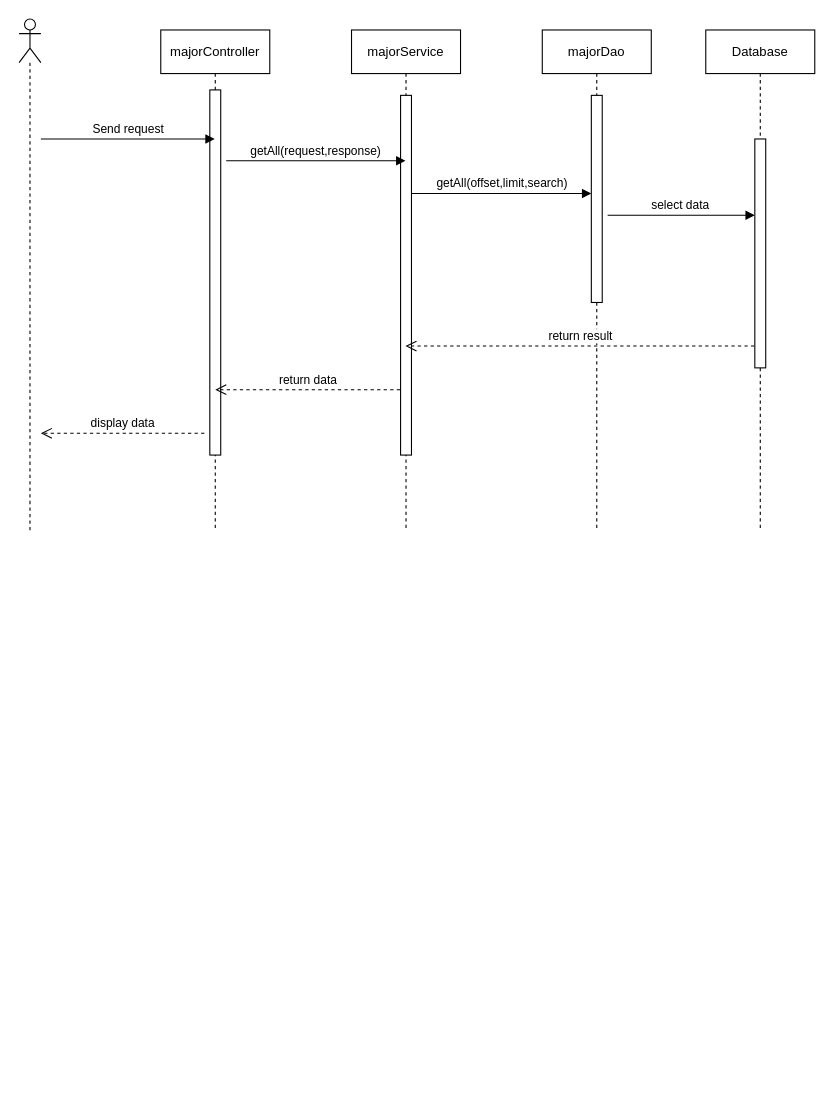
sachvo/CuteXT keeps this draw.io diagram as page "Page-18" (18 of 27) of Untitled Diagram.drawio. Above is the earlier version. Source tidied: cells renumbered, new cells numbered last; positions are measured from the earlier drawing's top-left corner, leaving out a move shared by most shapes. Both pictures are drawn from the tidied source at 109%, with x=0, y=0 at pixel (19, 19).
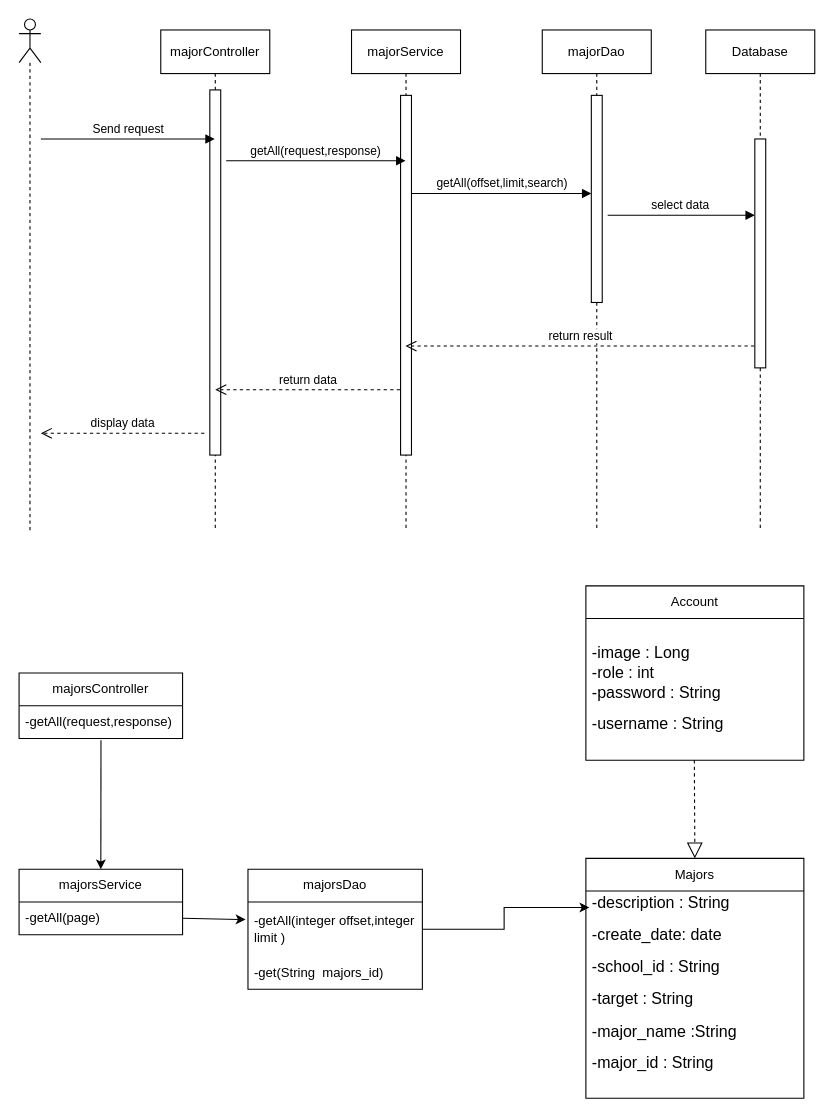
After the change.

What changed in the source:
```diff
@@
+    <mxCell id="18" value="majorsController" style="swimlane;fontStyle=0;horizontal=1;startSize=30;whiteSpace=wrap;html=1;" parent="1" vertex="1">
+      <mxGeometry y="600" width="150" height="60" as="geometry" />
+    </mxCell>
+    <mxCell id="19" value="-getAll(request,response)" style="text;strokeColor=none;fillColor=none;align=left;verticalAlign=middle;spacingLeft=4;spacingRight=4;overflow=hidden;points=[[0,0.5],[1,0.5]];portConstraint=eastwest;whiteSpace=wrap;html=1;" parent="18" vertex="1">
+      <mxGeometry y="30" width="150" height="30" as="geometry" />
+    </mxCell>
+    <mxCell id="20" value="majorsDao" style="swimlane;fontStyle=0;horizontal=1;startSize=30;whiteSpace=wrap;html=1;" parent="1" vertex="1">
+      <mxGeometry x="210" y="780" width="160" height="110" as="geometry" />
+    </mxCell>
+    <mxCell id="21" value="-getAll(integer offset,integer limit )" style="text;strokeColor=none;fillColor=none;align=left;verticalAlign=middle;spacingLeft=4;spacingRight=4;overflow=hidden;points=[[0,0.5],[1,0.5]];portConstraint=eastwest;whiteSpace=wrap;html=1;" parent="20" vertex="1">
+      <mxGeometry y="30" width="160" height="50" as="geometry" />
+    </mxCell>
+    <mxCell id="22" value="-get(String&amp;nbsp; majors_id)" style="text;strokeColor=none;fillColor=none;align=left;verticalAlign=middle;spacingLeft=4;spacingRight=4;overflow=hidden;whiteSpace=wrap;html=1;" parent="20" vertex="1">
+      <mxGeometry y="80" width="160" height="30" as="geometry" />
+    </mxCell>
+    <mxCell id="23" value="majorsService" style="swimlane;fontStyle=0;horizontal=1;startSize=30;whiteSpace=wrap;html=1;" parent="1" vertex="1">
+      <mxGeometry y="780" width="150" height="60" as="geometry" />
+    </mxCell>
+    <mxCell id="24" value="-getAll(page)" style="text;strokeColor=none;fillColor=none;align=left;verticalAlign=middle;spacingLeft=4;spacingRight=4;overflow=hidden;points=[[0,0.5],[1,0.5]];portConstraint=eastwest;whiteSpace=wrap;html=1;" parent="23" vertex="1">
+      <mxGeometry y="30" width="150" height="30" as="geometry" />
+    </mxCell>
+    <mxCell id="25" value="Majors" style="swimlane;fontStyle=0;horizontal=1;startSize=30;whiteSpace=wrap;html=1;" parent="1" vertex="1">
+      <mxGeometry x="520" y="770" width="200" height="220" as="geometry" />
+    </mxCell>
+    <mxCell id="26" value="&lt;p style=&quot;line-height:1.38;margin-top:0pt;margin-bottom:0pt;&quot; dir=&quot;ltr&quot;&gt;&lt;/p&gt;&lt;p style=&quot;line-height:1.38;margin-top:0pt;margin-bottom:0pt;&quot; dir=&quot;ltr&quot;&gt;&lt;/p&gt;&lt;p style=&quot;line-height:1.38;margin-top:0pt;margin-bottom:0pt;&quot; dir=&quot;ltr&quot;&gt;&lt;/p&gt;&lt;p style=&quot;line-height:1.38;margin-top:0pt;margin-bottom:0pt;&quot; dir=&quot;ltr&quot;&gt;&lt;/p&gt;&lt;p style=&quot;line-height:1.38;margin-top:0pt;margin-bottom:0pt;&quot; dir=&quot;ltr&quot;&gt;&lt;/p&gt;&lt;p style=&quot;line-height:1.38;margin-top:0pt;margin-bottom:0pt;&quot; dir=&quot;ltr&quot;&gt;&lt;/p&gt;&lt;p style=&quot;line-height:1.38;margin-top:0pt;margin-bottom:0pt;&quot; dir=&quot;ltr&quot;&gt;&lt;/p&gt;&lt;p style=&quot;line-height:1.38;margin-top:0pt;margin-bottom:0pt;&quot; dir=&quot;ltr&quot;&gt;&lt;/p&gt;&lt;p style=&quot;line-height:1.38;margin-top:0pt;margin-bottom:0pt;&quot; dir=&quot;ltr&quot;&gt;&lt;/p&gt;&lt;p style=&quot;line-height:1.38;margin-top:0pt;margin-bottom:0pt;&quot; dir=&quot;ltr&quot;&gt;&lt;/p&gt;&lt;div&gt;&lt;/div&gt;&lt;p style=&quot;line-height:1.38;margin-top:0pt;margin-bottom:0pt;&quot; dir=&quot;ltr&quot;&gt;&lt;/p&gt;&lt;p style=&quot;line-height:1.38;margin-top:0pt;margin-bottom:0pt;&quot; dir=&quot;ltr&quot;&gt;&lt;/p&gt;&lt;p style=&quot;line-height:1.38;margin-top:0pt;margin-bottom:0pt;&quot; dir=&quot;ltr&quot;&gt;&lt;/p&gt;&lt;p style=&quot;line-height:1.38;margin-top:0pt;margin-bottom:0pt;&quot; dir=&quot;ltr&quot;&gt;&lt;/p&gt;&lt;p style=&quot;line-height:1.38;margin-top:0pt;margin-bottom:0pt;&quot; dir=&quot;ltr&quot;&gt;&lt;/p&gt;&lt;p style=&quot;line-height:1.38;margin-top:0pt;margin-bottom:0pt;&quot; dir=&quot;ltr&quot;&gt;&lt;/p&gt;&lt;div&gt;&lt;/div&gt;&lt;p style=&quot;line-height:1.38;margin-top:0pt;margin-bottom:0pt;&quot; dir=&quot;ltr&quot;&gt;&lt;/p&gt;&lt;p style=&quot;line-height:1.38;margin-top:0pt;margin-bottom:0pt;&quot; dir=&quot;ltr&quot;&gt;&lt;/p&gt;&lt;p style=&quot;line-height:1.38;margin-top:0pt;margin-bottom:0pt;&quot; dir=&quot;ltr&quot;&gt;&lt;/p&gt;&lt;p style=&quot;line-height:1.38;margin-top:0pt;margin-bottom:0pt;&quot; dir=&quot;ltr&quot;&gt;&lt;/p&gt;&lt;div&gt;&lt;/div&gt;&lt;p style=&quot;line-height:1.38;margin-top:0pt;margin-bottom:0pt;&quot; dir=&quot;ltr&quot;&gt;&lt;/p&gt;&lt;p style=&quot;line-height:1.38;margin-top:0pt;margin-bottom:0pt;&quot; dir=&quot;ltr&quot;&gt;&lt;/p&gt;&lt;p style=&quot;line-height:1.38;margin-top:0pt;margin-bottom:0pt;&quot; dir=&quot;ltr&quot;&gt;&lt;/p&gt;&lt;p style=&quot;line-height:1.38;margin-top:0pt;margin-bottom:0pt;&quot; dir=&quot;ltr&quot;&gt;&lt;/p&gt;&lt;p style=&quot;line-height:1.38;margin-top:0pt;margin-bottom:0pt;&quot; dir=&quot;ltr&quot;&gt;&lt;/p&gt;&lt;p style=&quot;line-height:1.38;margin-top:0pt;margin-bottom:0pt;&quot; dir=&quot;ltr&quot;&gt;&lt;/p&gt;&lt;p style=&quot;line-height:1.38;margin-top:0pt;margin-bottom:0pt;&quot; dir=&quot;ltr&quot;&gt;&lt;/p&gt;&lt;div&gt;&lt;/div&gt;&lt;span style=&quot;font-size: 11pt; font-family: Arial, sans-serif; background-color: transparent; font-variant-numeric: normal; font-variant-east-asian: normal; font-variant-alternates: normal; font-variant-position: normal; vertical-align: baseline;&quot;&gt;-description : String&lt;/span&gt;&lt;p&gt;&lt;/p&gt;&lt;span style=&quot;font-size: 11pt; font-family: Arial, sans-serif; background-color: transparent; font-variant-numeric: normal; font-variant-east-asian: normal; font-variant-alternates: normal; font-variant-position: normal; vertical-align: baseline;&quot;&gt;-create_date: date&lt;/span&gt;&lt;p&gt;&lt;/p&gt;&lt;span style=&quot;font-size: 11pt; font-family: Arial, sans-serif; background-color: transparent; font-variant-numeric: normal; font-variant-east-asian: normal; font-variant-alternates: normal; font-variant-position: normal; vertical-align: baseline;&quot;&gt;-school_id : String&lt;/span&gt;&lt;p&gt;&lt;/p&gt;&lt;span style=&quot;font-size: 11pt; font-family: Arial, sans-serif; background-color: transparent; font-variant-numeric: normal; font-variant-east-asian: normal; font-variant-alternates: normal; font-variant-position: normal; vertical-align: baseline;&quot;&gt;-target : String&lt;/span&gt;&lt;p&gt;&lt;/p&gt;&lt;span style=&quot;font-size: 11pt; font-family: Arial, sans-serif; background-color: transparent; font-variant-numeric: normal; font-variant-east-asian: normal; font-variant-alternates: normal; font-variant-position: normal; vertical-align: baseline;&quot;&gt;-major_name :String&lt;/span&gt;&lt;p&gt;&lt;/p&gt;&lt;span style=&quot;font-size: 11pt; font-family: Arial, sans-serif; background-color: transparent; font-variant-numeric: normal; font-variant-east-asian: normal; font-variant-alternates: normal; font-variant-position: normal; vertical-align: baseline;&quot;&gt;-major_id : String&lt;/span&gt;&lt;p&gt;&lt;/p&gt;&lt;span style=&quot;font-size: 11pt; font-family: Arial, sans-serif; background-color: transparent; font-variant-numeric: normal; font-variant-east-asian: normal; font-variant-alternates: normal; font-variant-position: normal; vertical-align: baseline;&quot;&gt;&amp;nbsp;&lt;/span&gt;&lt;p&gt;&lt;/p&gt;&lt;span id=&quot;docs-internal-guid-a5c4c8f3-7fff-565d-390b-ae1f4eb0c004&quot;&gt;&lt;/span&gt;&lt;span id=&quot;docs-internal-guid-ec875b94-7fff-324d-a60e-613ddc787041&quot;&gt;&lt;/span&gt;" style="text;strokeColor=none;fillColor=none;align=left;verticalAlign=middle;spacingLeft=4;spacingRight=4;overflow=hidden;points=[[0,0.5],[1,0.5]];portConstraint=eastwest;whiteSpace=wrap;html=1;" parent="25" vertex="1">
+      <mxGeometry y="30" width="200" height="190" as="geometry" />
+    </mxCell>
+    <mxCell id="27" style="endArrow=classic;html=1;rounded=0;exitX=0.501;exitY=1.052;exitDx=0;exitDy=0;exitPerimeter=0;entryX=0.5;entryY=0;entryDx=0;entryDy=0;" parent="1" edge="1" source="19" target="23">
+      <mxGeometry relative="1" as="geometry" />
+    </mxCell>
+    <mxCell id="28" style="endArrow=classic;html=1;rounded=0;exitX=1;exitY=0.5;exitDx=0;exitDy=0;entryX=-0.014;entryY=0.323;entryDx=0;entryDy=0;entryPerimeter=0;" parent="1" edge="1" source="24" target="21">
+      <mxGeometry relative="1" as="geometry" />
+    </mxCell>
+    <mxCell id="29" style="edgeStyle=orthogonalEdgeStyle;rounded=0;jettySize=auto;html=1;exitX=1;exitY=0.5;exitDx=0;exitDy=0;entryX=0.016;entryY=0.079;entryDx=0;entryDy=0;entryPerimeter=0;" parent="1" edge="1" source="21" target="26">
+      <mxGeometry relative="1" as="geometry" />
+    </mxCell>
+    <mxCell id="30" value="Account" style="swimlane;fontStyle=0;horizontal=1;startSize=30;whiteSpace=wrap;html=1;" parent="1" vertex="1">
+      <mxGeometry x="520" y="520" width="200" height="160" as="geometry" />
+    </mxCell>
+    <mxCell id="31" value="&lt;p style=&quot;line-height:1.38;margin-top:0pt;margin-bottom:0pt;&quot; dir=&quot;ltr&quot;&gt;&lt;/p&gt;&lt;p style=&quot;line-height:1.38;margin-top:0pt;margin-bottom:0pt;&quot; dir=&quot;ltr&quot;&gt;&lt;/p&gt;&lt;p style=&quot;line-height:1.38;margin-top:0pt;margin-bottom:0pt;&quot; dir=&quot;ltr&quot;&gt;&lt;/p&gt;&lt;div&gt;&lt;/div&gt;&lt;span style=&quot;font-size: 11pt; font-family: Arial, sans-serif; background-color: transparent; font-variant-numeric: normal; font-variant-east-asian: normal; font-variant-alternates: normal; font-variant-position: normal; vertical-align: baseline;&quot;&gt;-image : Long&lt;br&gt;-role : int&lt;br&gt;&lt;/span&gt;&lt;span style=&quot;font-size: 11pt; font-family: Arial, sans-serif; background-color: transparent; font-variant-numeric: normal; font-variant-east-asian: normal; font-variant-alternates: normal; font-variant-position: normal; vertical-align: baseline;&quot;&gt;-password : String&lt;/span&gt;&lt;p&gt;&lt;/p&gt;&lt;span style=&quot;font-size: 11pt; font-family: Arial, sans-serif; background-color: transparent; font-variant-numeric: normal; font-variant-east-asian: normal; font-variant-alternates: normal; font-variant-position: normal; vertical-align: baseline;&quot;&gt;-username : String&lt;/span&gt;&lt;span id=&quot;docs-internal-guid-546da517-7fff-cef4-55ad-a307194a0e7b&quot;&gt;&lt;/span&gt;" style="text;strokeColor=none;fillColor=none;align=left;verticalAlign=middle;spacingLeft=4;spacingRight=4;overflow=hidden;whiteSpace=wrap;html=1;" parent="30" vertex="1">
+      <mxGeometry y="30" width="200" height="130" as="geometry" />
+    </mxCell>
+    <mxCell id="32" style="endArrow=block;dashed=1;endFill=0;endSize=12;html=1;rounded=0;entryX=0.5;entryY=0;entryDx=0;entryDy=0;" parent="1" edge="1" target="25">
+      <mxGeometry relative="1" as="geometry">
+        <mxPoint x="619.5" y="680" as="sourcePoint" />
+      </mxGeometry>
+    </mxCell>
```
